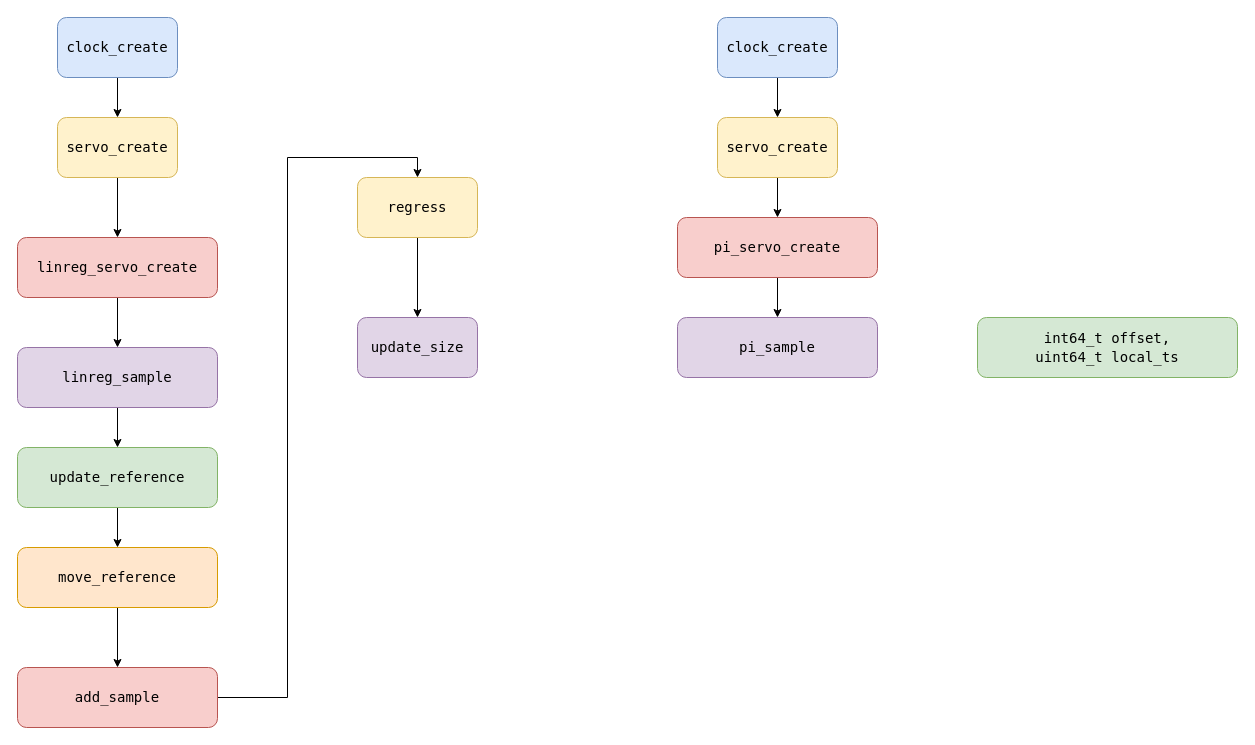
Above: Untitled Diagram.drawio in enesygt/c_repo (draw.io), before the change. Source tidied: cells renumbered, new cells numbered last; positions are measured from the earlier drawing's top-left corner, leaving out a move shared by most shapes. Both pictures are drawn from the tidied source at 100%, with x=0, y=0 at pixel (17, 17).
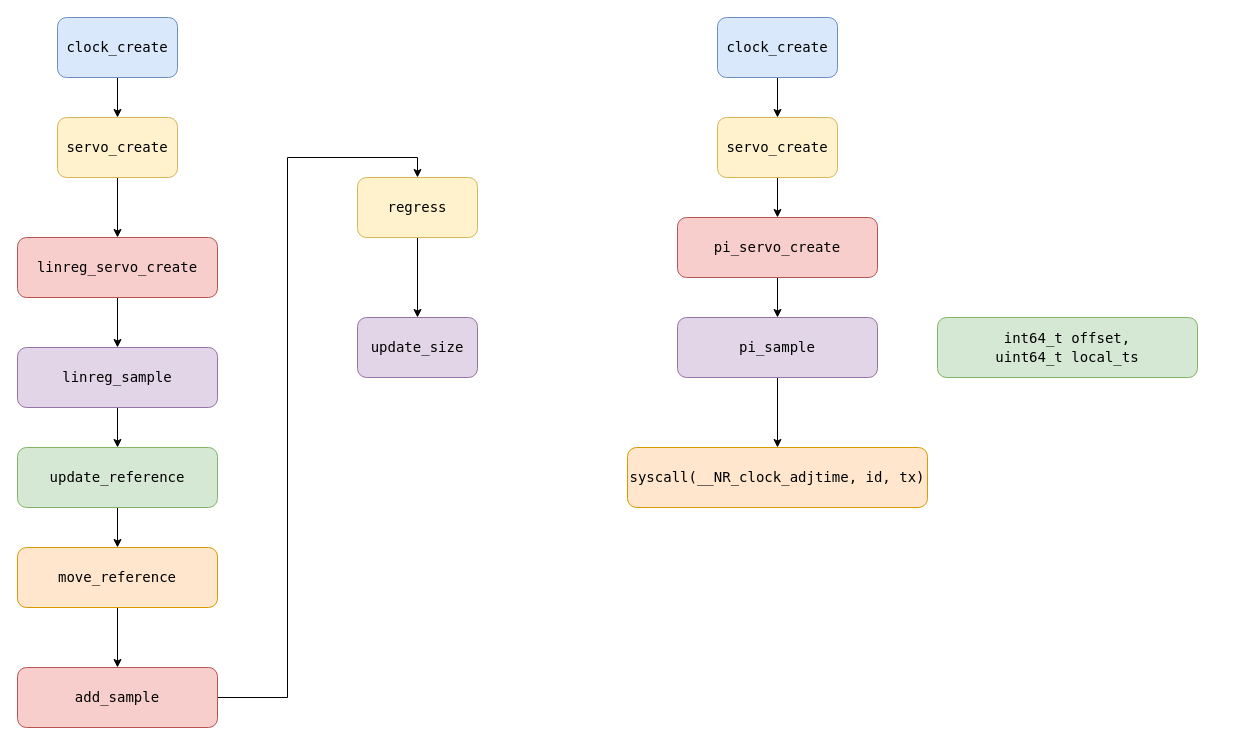
Above is the later version.

The change refers to these unchanged cells:
```xml
<mxCell id="25" value="&lt;div style=&quot;font-family: &amp;#34;droid sans mono&amp;#34; , &amp;#34;monospace&amp;#34; , monospace , &amp;#34;droid sans fallback&amp;#34; ; font-weight: normal ; font-size: 14px ; line-height: 19px&quot;&gt;&lt;div&gt;&lt;span style=&quot;background-color: transparent&quot;&gt;pi_sample&lt;/span&gt;&lt;/div&gt;&lt;/div&gt;" style="rounded=1;whiteSpace=wrap;html=1;fillColor=#e1d5e7;strokeColor=#9673a6;" parent="1" vertex="1">
  <mxGeometry x="660" y="300" width="200" height="60" as="geometry" />
</mxCell>
```

Change to the diagram source:
```diff
@@
+    <mxCell id="27" style="edgeStyle=orthogonalEdgeStyle;rounded=0;jettySize=auto;html=1;entryX=0.5;entryY=0;entryDx=0;entryDy=0;" parent="1" edge="1" source="25" target="28">
+      <mxGeometry relative="1" as="geometry" />
+    </mxCell>
@@
     <mxCell id="26" value="&lt;div style=&quot;font-family: &amp;#34;droid sans mono&amp;#34; , &amp;#34;monospace&amp;#34; , monospace , &amp;#34;droid sans fallback&amp;#34; ; font-weight: normal ; font-size: 14px ; line-height: 19px&quot;&gt;&lt;div&gt;&lt;span style=&quot;background-color: transparent&quot;&gt;int64_t offset,&lt;/span&gt;&lt;/div&gt;&lt;div&gt;&lt;span style=&quot;background-color: transparent&quot;&gt;            uint64_t local_ts&lt;/span&gt;&lt;/div&gt;&lt;/div&gt;" style="rounded=1;whiteSpace=wrap;html=1;fillColor=#d5e8d4;strokeColor=#82b366;" parent="1" vertex="1">
-      <mxGeometry x="960" y="300" width="260" height="60" as="geometry" />
+      <mxGeometry x="920" y="300" width="260" height="60" as="geometry" />
     </mxCell>
+    <mxCell id="28" value="&lt;div style=&quot;font-family: &amp;#34;droid sans mono&amp;#34; , &amp;#34;monospace&amp;#34; , monospace , &amp;#34;droid sans fallback&amp;#34; ; font-weight: normal ; font-size: 14px ; line-height: 19px&quot;&gt;&lt;div&gt;&lt;span style=&quot;background-color: transparent&quot;&gt;syscall(__NR_clock_adjtime, id, tx)&lt;/span&gt;&lt;/div&gt;&lt;/div&gt;" style="rounded=1;whiteSpace=wrap;html=1;fillColor=#ffe6cc;strokeColor=#d79b00;" parent="1" vertex="1">
+      <mxGeometry x="610" y="430" width="300" height="60" as="geometry" />
+    </mxCell>
```
